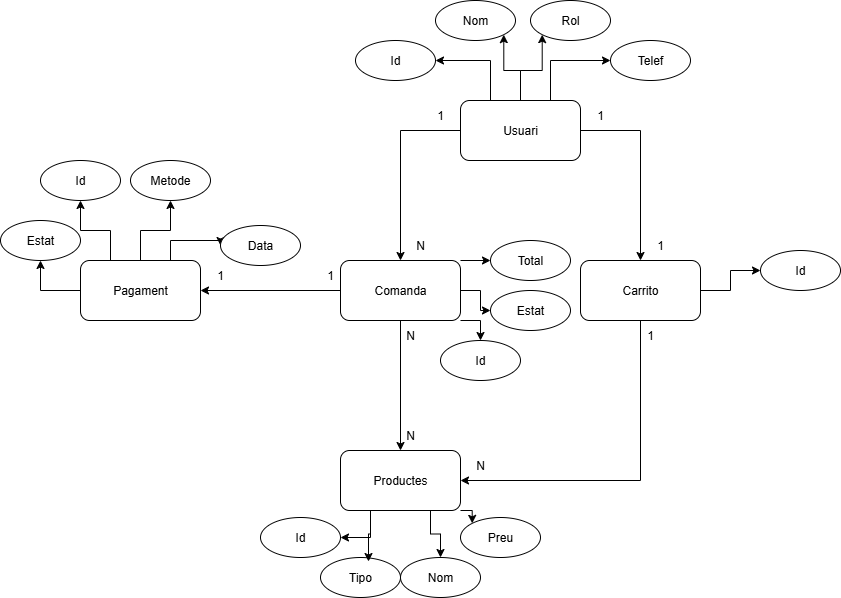
Before: docs/diagrams/BBDD.drawio.png, a diagram exported from draw.io (BielMartiJV/Tienda_desenvolupament). Source tidied: cells renumbered, new cells last; positions are measured from the earlier drawing's top-left corner, leaving out a move shared by most shapes.
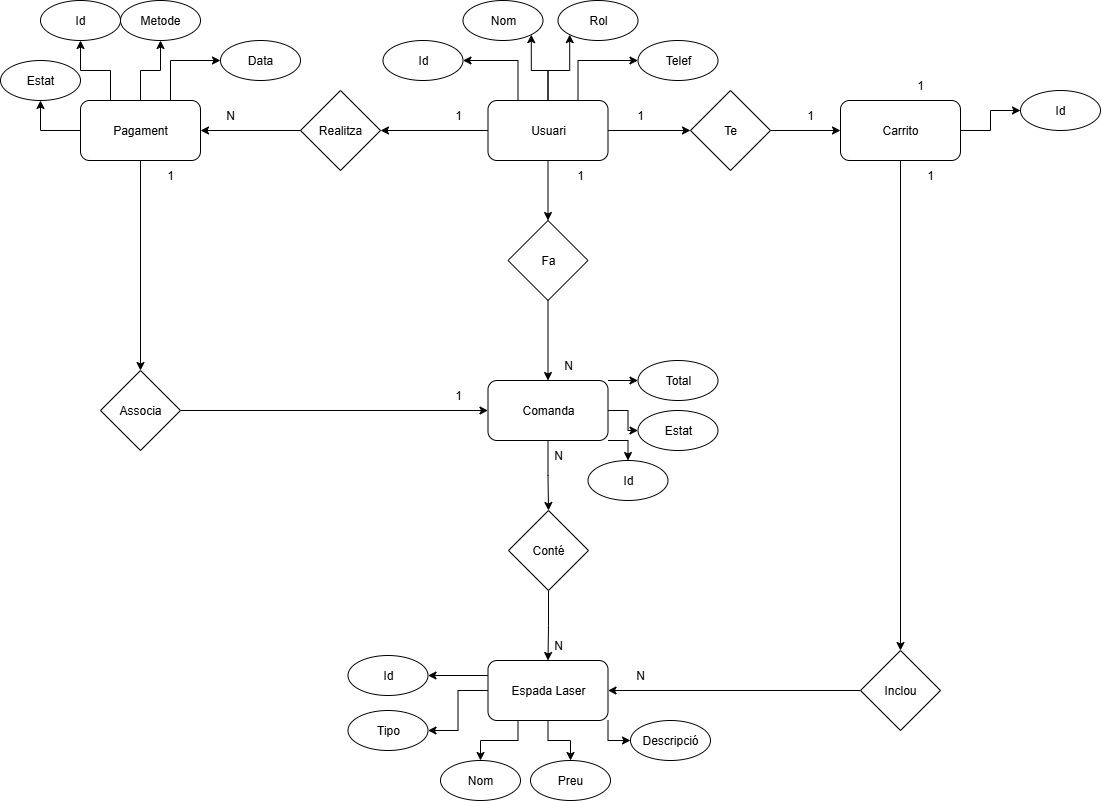
Later version of the same file.

Change to the diagram source:
```diff
@@ -2,12 +2,6 @@
   <root>
     <mxCell id="0" />
     <mxCell id="1" parent="0" />
-    <mxCell id="2" style="edgeStyle=orthogonalEdgeStyle;rounded=0;jettySize=auto;html=1;exitX=0;exitY=0.5;exitDx=0;exitDy=0;entryX=0.5;entryY=0;entryDx=0;entryDy=0;" parent="1" edge="1" source="8" target="14">
-      <mxGeometry relative="1" as="geometry" />
-    </mxCell>
-    <mxCell id="3" style="edgeStyle=orthogonalEdgeStyle;rounded=0;jettySize=auto;html=1;exitX=1;exitY=0.5;exitDx=0;exitDy=0;entryX=0.5;entryY=0;entryDx=0;entryDy=0;" parent="1" edge="1" source="8" target="21">
-      <mxGeometry relative="1" as="geometry" />
-    </mxCell>
     <mxCell id="4" style="edgeStyle=orthogonalEdgeStyle;rounded=0;jettySize=auto;html=1;exitX=0.25;exitY=0;exitDx=0;exitDy=0;entryX=1;entryY=0.5;entryDx=0;entryDy=0;" parent="1" edge="1" source="8" target="37">
       <mxGeometry relative="1" as="geometry" />
     </mxCell>
@@ -20,15 +14,18 @@
     <mxCell id="7" style="edgeStyle=orthogonalEdgeStyle;rounded=0;jettySize=auto;html=1;exitX=0.5;exitY=0;exitDx=0;exitDy=0;entryX=0;entryY=1;entryDx=0;entryDy=0;" parent="1" edge="1" source="8" target="40">
       <mxGeometry relative="1" as="geometry" />
     </mxCell>
+    <mxCell id="54" style="edgeStyle=orthogonalEdgeStyle;rounded=0;jettySize=auto;html=1;exitX=0.5;exitY=1;exitDx=0;exitDy=0;" parent="1" edge="1" source="8" target="62">
+      <mxGeometry relative="1" as="geometry" />
+    </mxCell>
+    <mxCell id="55" style="edgeStyle=orthogonalEdgeStyle;rounded=0;jettySize=auto;html=1;exitX=0;exitY=0.5;exitDx=0;exitDy=0;" parent="1" edge="1" source="8" target="67">
+      <mxGeometry relative="1" as="geometry" />
+    </mxCell>
+    <mxCell id="56" style="edgeStyle=orthogonalEdgeStyle;rounded=0;jettySize=auto;html=1;exitX=1;exitY=0.5;exitDx=0;exitDy=0;" parent="1" edge="1" source="8" target="69">
+      <mxGeometry relative="1" as="geometry" />
+    </mxCell>
     <mxCell id="8" value="Usuari" style="rounded=1;whiteSpace=wrap;html=1;" parent="1" vertex="1">
-      <mxGeometry x="460" y="100" width="120" height="60" as="geometry" />
+      <mxGeometry x="347.5" y="-120" width="120" height="60" as="geometry" />
     </mxCell>
-    <mxCell id="9" style="edgeStyle=orthogonalEdgeStyle;rounded=0;jettySize=auto;html=1;exitX=0.5;exitY=1;exitDx=0;exitDy=0;entryX=0.5;entryY=0;entryDx=0;entryDy=0;" parent="1" edge="1" source="14" target="18">
-      <mxGeometry relative="1" as="geometry" />
-    </mxCell>
-    <mxCell id="10" style="edgeStyle=orthogonalEdgeStyle;rounded=0;jettySize=auto;html=1;exitX=0;exitY=0.5;exitDx=0;exitDy=0;" parent="1" edge="1" source="14" target="26">
-      <mxGeometry relative="1" as="geometry" />
-    </mxCell>
     <mxCell id="11" style="edgeStyle=orthogonalEdgeStyle;rounded=0;jettySize=auto;html=1;exitX=1;exitY=1;exitDx=0;exitDy=0;entryX=0.5;entryY=0;entryDx=0;entryDy=0;" parent="1" edge="1" source="14" target="46">
       <mxGeometry relative="1" as="geometry" />
     </mxCell>
@@ -38,29 +35,38 @@
     <mxCell id="13" style="edgeStyle=orthogonalEdgeStyle;rounded=0;jettySize=auto;html=1;exitX=1;exitY=0;exitDx=0;exitDy=0;entryX=0;entryY=0.5;entryDx=0;entryDy=0;" parent="1" edge="1" source="14" target="48">
       <mxGeometry relative="1" as="geometry" />
     </mxCell>
+    <mxCell id="57" style="edgeStyle=orthogonalEdgeStyle;rounded=0;jettySize=auto;html=1;exitX=0.5;exitY=1;exitDx=0;exitDy=0;" parent="1" edge="1" source="14" target="65">
+      <mxGeometry relative="1" as="geometry" />
+    </mxCell>
     <mxCell id="14" value="Comanda" style="rounded=1;whiteSpace=wrap;html=1;" parent="1" vertex="1">
-      <mxGeometry x="340" y="260" width="120" height="60" as="geometry" />
+      <mxGeometry x="347.5" y="160" width="120" height="60" as="geometry" />
     </mxCell>
-    <mxCell id="15" style="edgeStyle=orthogonalEdgeStyle;rounded=0;jettySize=auto;html=1;exitX=0.25;exitY=1;exitDx=0;exitDy=0;entryX=1;entryY=0.5;entryDx=0;entryDy=0;" parent="1" edge="1" source="18" target="41">
+    <mxCell id="15" style="edgeStyle=orthogonalEdgeStyle;rounded=0;jettySize=auto;html=1;exitX=0;exitY=0.25;exitDx=0;exitDy=0;entryX=1;entryY=0.5;entryDx=0;entryDy=0;" parent="1" edge="1" source="18" target="41">
       <mxGeometry relative="1" as="geometry" />
     </mxCell>
+    <mxCell id="45" style="edgeStyle=orthogonalEdgeStyle;rounded=0;jettySize=auto;html=1;exitX=0;exitY=0.5;exitDx=0;exitDy=0;" parent="1" edge="1" source="18" target="43">
+      <mxGeometry relative="1" as="geometry" />
+    </mxCell>
-    <mxCell id="16" style="edgeStyle=orthogonalEdgeStyle;rounded=0;jettySize=auto;html=1;exitX=0.75;exitY=1;exitDx=0;exitDy=0;entryX=0.5;entryY=0;entryDx=0;entryDy=0;" parent="1" edge="1" source="18" target="42">
+    <mxCell id="16" style="edgeStyle=orthogonalEdgeStyle;rounded=0;jettySize=auto;html=1;exitX=0.25;exitY=1;exitDx=0;exitDy=0;entryX=0.5;entryY=0;entryDx=0;entryDy=0;" parent="1" edge="1" source="18" target="42">
       <mxGeometry relative="1" as="geometry" />
     </mxCell>
-    <mxCell id="17" style="edgeStyle=orthogonalEdgeStyle;rounded=0;jettySize=auto;html=1;exitX=1;exitY=1;exitDx=0;exitDy=0;entryX=0;entryY=0;entryDx=0;entryDy=0;" parent="1" edge="1" source="18" target="44">
+    <mxCell id="17" style="edgeStyle=orthogonalEdgeStyle;rounded=0;jettySize=auto;html=1;exitX=0.5;exitY=1;exitDx=0;exitDy=0;" parent="1" edge="1" source="18" target="44">
       <mxGeometry relative="1" as="geometry" />
     </mxCell>
+    <mxCell id="58" style="edgeStyle=orthogonalEdgeStyle;rounded=0;jettySize=auto;html=1;exitX=1;exitY=1;exitDx=0;exitDy=0;" parent="1" edge="1" source="18" target="81">
+      <mxGeometry relative="1" as="geometry" />
+    </mxCell>
-    <mxCell id="18" value="Productes" style="rounded=1;whiteSpace=wrap;html=1;" parent="1" vertex="1">
-      <mxGeometry x="340" y="450" width="120" height="60" as="geometry" />
+    <mxCell id="18" value="Espada Laser" style="rounded=1;whiteSpace=wrap;html=1;" parent="1" vertex="1">
+      <mxGeometry x="347.5" y="440" width="120" height="60" as="geometry" />
     </mxCell>
-    <mxCell id="19" style="edgeStyle=orthogonalEdgeStyle;rounded=0;jettySize=auto;html=1;exitX=0.5;exitY=1;exitDx=0;exitDy=0;entryX=1;entryY=0.5;entryDx=0;entryDy=0;" parent="1" edge="1" source="21" target="18">
-      <mxGeometry relative="1" as="geometry" />
-    </mxCell>
     <mxCell id="20" style="edgeStyle=orthogonalEdgeStyle;rounded=0;jettySize=auto;html=1;exitX=1;exitY=0.5;exitDx=0;exitDy=0;" parent="1" edge="1" source="21" target="49">
       <mxGeometry relative="1" as="geometry" />
     </mxCell>
+    <mxCell id="59" style="edgeStyle=orthogonalEdgeStyle;rounded=0;jettySize=auto;html=1;exitX=0.5;exitY=1;exitDx=0;exitDy=0;" parent="1" edge="1" source="21" target="79">
+      <mxGeometry relative="1" as="geometry" />
+    </mxCell>
     <mxCell id="21" value="Carrito" style="rounded=1;whiteSpace=wrap;html=1;" parent="1" vertex="1">
-      <mxGeometry x="580" y="260" width="120" height="60" as="geometry" />
+      <mxGeometry x="700" y="-120" width="120" height="60" as="geometry" />
     </mxCell>
     <mxCell id="22" style="edgeStyle=orthogonalEdgeStyle;rounded=0;jettySize=auto;html=1;exitX=0;exitY=0.5;exitDx=0;exitDy=0;" parent="1" edge="1" source="26" target="53">
       <mxGeometry relative="1" as="geometry" />
@@ -74,89 +80,137 @@
     <mxCell id="25" style="edgeStyle=orthogonalEdgeStyle;rounded=0;jettySize=auto;html=1;exitX=0.75;exitY=0;exitDx=0;exitDy=0;entryX=0;entryY=0.5;entryDx=0;entryDy=0;" parent="1" edge="1" source="26" target="52">
       <mxGeometry relative="1" as="geometry" />
     </mxCell>
+    <mxCell id="60" style="edgeStyle=orthogonalEdgeStyle;rounded=0;jettySize=auto;html=1;exitX=0.5;exitY=1;exitDx=0;exitDy=0;" parent="1" edge="1" source="26" target="73">
+      <mxGeometry relative="1" as="geometry" />
+    </mxCell>
     <mxCell id="26" value="Pagament" style="rounded=1;whiteSpace=wrap;html=1;" parent="1" vertex="1">
-      <mxGeometry x="80" y="260" width="120" height="60" as="geometry" />
+      <mxGeometry x="-60" y="-120" width="120" height="60" as="geometry" />
     </mxCell>
-    <mxCell id="27" value="1" style="text;html=1;align=center;verticalAlign=middle;whiteSpace=wrap;rounded=0;" parent="1" vertex="1">
-      <mxGeometry x="410" y="100" width="60" height="30" as="geometry" />
-    </mxCell>
     <mxCell id="28" value="N" style="text;html=1;align=center;verticalAlign=middle;whiteSpace=wrap;rounded=0;" parent="1" vertex="1">
-      <mxGeometry x="390" y="230" width="60" height="30" as="geometry" />
+      <mxGeometry x="397.5" y="130" width="60" height="30" as="geometry" />
     </mxCell>
     <mxCell id="29" value="N" style="text;html=1;align=center;verticalAlign=middle;whiteSpace=wrap;rounded=0;" parent="1" vertex="1">
-      <mxGeometry x="380" y="320" width="60" height="30" as="geometry" />
+      <mxGeometry x="387.5" y="220" width="60" height="30" as="geometry" />
     </mxCell>
     <mxCell id="30" value="N" style="text;html=1;align=center;verticalAlign=middle;whiteSpace=wrap;rounded=0;" parent="1" vertex="1">
-      <mxGeometry x="380" y="420" width="60" height="30" as="geometry" />
+      <mxGeometry x="387.5" y="410" width="60" height="30" as="geometry" />
     </mxCell>
-    <mxCell id="31" value="1" style="text;html=1;align=center;verticalAlign=middle;whiteSpace=wrap;rounded=0;" parent="1" vertex="1">
-      <mxGeometry x="570" y="100" width="60" height="30" as="geometry" />
-    </mxCell>
     <mxCell id="32" value="1" style="text;html=1;align=center;verticalAlign=middle;whiteSpace=wrap;rounded=0;" parent="1" vertex="1">
-      <mxGeometry x="630" y="230" width="60" height="30" as="geometry" />
+      <mxGeometry x="750" y="-150" width="60" height="30" as="geometry" />
     </mxCell>
-    <mxCell id="33" value="1" style="text;html=1;align=center;verticalAlign=middle;whiteSpace=wrap;rounded=0;" parent="1" vertex="1">
-      <mxGeometry x="300" y="260" width="60" height="30" as="geometry" />
-    </mxCell>
-    <mxCell id="34" value="1" style="text;html=1;align=center;verticalAlign=middle;whiteSpace=wrap;rounded=0;" parent="1" vertex="1">
-      <mxGeometry x="190" y="260" width="60" height="30" as="geometry" />
-    </mxCell>
     <mxCell id="35" value="1" style="text;html=1;align=center;verticalAlign=middle;whiteSpace=wrap;rounded=0;" parent="1" vertex="1">
-      <mxGeometry x="620" y="320" width="60" height="30" as="geometry" />
+      <mxGeometry x="760" y="-60" width="60" height="30" as="geometry" />
     </mxCell>
-    <mxCell id="36" value="N" style="text;html=1;align=center;verticalAlign=middle;whiteSpace=wrap;rounded=0;" parent="1" vertex="1">
-      <mxGeometry x="450" y="450" width="60" height="30" as="geometry" />
-    </mxCell>
     <mxCell id="37" value="Id" style="ellipse;whiteSpace=wrap;html=1;" parent="1" vertex="1">
-      <mxGeometry x="355" y="40" width="80" height="40" as="geometry" />
+      <mxGeometry x="242.5" y="-180" width="80" height="40" as="geometry" />
     </mxCell>
     <mxCell id="38" value="Nom" style="ellipse;whiteSpace=wrap;html=1;" parent="1" vertex="1">
-      <mxGeometry x="435" width="80" height="40" as="geometry" />
+      <mxGeometry x="322.5" y="-220" width="80" height="40" as="geometry" />
     </mxCell>
     <mxCell id="39" value="Telef" style="ellipse;whiteSpace=wrap;html=1;" parent="1" vertex="1">
-      <mxGeometry x="610" y="40" width="80" height="40" as="geometry" />
+      <mxGeometry x="497.5" y="-180" width="80" height="40" as="geometry" />
     </mxCell>
     <mxCell id="40" value="Rol" style="ellipse;whiteSpace=wrap;html=1;" parent="1" vertex="1">
-      <mxGeometry x="530" width="80" height="40" as="geometry" />
+      <mxGeometry x="417.5" y="-220" width="80" height="40" as="geometry" />
     </mxCell>
     <mxCell id="41" value="Id" style="ellipse;whiteSpace=wrap;html=1;" parent="1" vertex="1">
-      <mxGeometry x="260" y="517" width="80" height="40" as="geometry" />
+      <mxGeometry x="207.5" y="435" width="80" height="40" as="geometry" />
     </mxCell>
     <mxCell id="42" value="Nom" style="ellipse;whiteSpace=wrap;html=1;" parent="1" vertex="1">
-      <mxGeometry x="400" y="557" width="80" height="40" as="geometry" />
+      <mxGeometry x="300" y="540" width="80" height="40" as="geometry" />
     </mxCell>
     <mxCell id="43" value="Tipo" style="ellipse;whiteSpace=wrap;html=1;" parent="1" vertex="1">
-      <mxGeometry x="320" y="557" width="80" height="40" as="geometry" />
+      <mxGeometry x="207.5" y="490" width="80" height="40" as="geometry" />
     </mxCell>
     <mxCell id="44" value="Preu" style="ellipse;whiteSpace=wrap;html=1;" parent="1" vertex="1">
-      <mxGeometry x="460" y="517" width="80" height="40" as="geometry" />
+      <mxGeometry x="390" y="540" width="80" height="40" as="geometry" />
     </mxCell>
-    <mxCell id="45" style="edgeStyle=orthogonalEdgeStyle;rounded=0;jettySize=auto;html=1;exitX=0.25;exitY=1;exitDx=0;exitDy=0;entryX=0.6;entryY=0.1;entryDx=0;entryDy=0;entryPerimeter=0;" parent="1" edge="1" source="18" target="43">
-      <mxGeometry relative="1" as="geometry" />
-    </mxCell>
     <mxCell id="46" value="Id" style="ellipse;whiteSpace=wrap;html=1;" parent="1" vertex="1">
-      <mxGeometry x="440" y="340" width="80" height="40" as="geometry" />
+      <mxGeometry x="447.5" y="240" width="80" height="40" as="geometry" />
     </mxCell>
     <mxCell id="47" value="Estat" style="ellipse;whiteSpace=wrap;html=1;" parent="1" vertex="1">
-      <mxGeometry x="490" y="290" width="80" height="40" as="geometry" />
+      <mxGeometry x="497.5" y="190" width="80" height="40" as="geometry" />
     </mxCell>
     <mxCell id="48" value="Total" style="ellipse;whiteSpace=wrap;html=1;" parent="1" vertex="1">
-      <mxGeometry x="490" y="240" width="80" height="40" as="geometry" />
+      <mxGeometry x="497.5" y="140" width="80" height="40" as="geometry" />
     </mxCell>
     <mxCell id="49" value="Id" style="ellipse;whiteSpace=wrap;html=1;" parent="1" vertex="1">
-      <mxGeometry x="760" y="250" width="80" height="40" as="geometry" />
+      <mxGeometry x="880" y="-130" width="80" height="40" as="geometry" />
     </mxCell>
     <mxCell id="50" value="Id" style="ellipse;whiteSpace=wrap;html=1;" parent="1" vertex="1">
-      <mxGeometry x="40" y="160" width="80" height="40" as="geometry" />
+      <mxGeometry x="-100" y="-220" width="80" height="40" as="geometry" />
     </mxCell>
     <mxCell id="51" value="Metode" style="ellipse;whiteSpace=wrap;html=1;" parent="1" vertex="1">
-      <mxGeometry x="130" y="160" width="80" height="40" as="geometry" />
+      <mxGeometry x="-20" y="-220" width="80" height="40" as="geometry" />
     </mxCell>
     <mxCell id="52" value="Data" style="ellipse;whiteSpace=wrap;html=1;" parent="1" vertex="1">
-      <mxGeometry x="220" y="225" width="80" height="40" as="geometry" />
+      <mxGeometry x="80" y="-180" width="80" height="40" as="geometry" />
     </mxCell>
     <mxCell id="53" value="Estat" style="ellipse;whiteSpace=wrap;html=1;" parent="1" vertex="1">
-      <mxGeometry y="220" width="80" height="40" as="geometry" />
+      <mxGeometry x="-140" y="-160" width="80" height="40" as="geometry" />
     </mxCell>
+    <mxCell id="61" style="edgeStyle=orthogonalEdgeStyle;rounded=0;jettySize=auto;html=1;exitX=0.5;exitY=1;exitDx=0;exitDy=0;" parent="1" edge="1" source="62" target="14">
+      <mxGeometry relative="1" as="geometry" />
+    </mxCell>
+    <mxCell id="62" value="Fa" style="rhombus;whiteSpace=wrap;html=1;" parent="1" vertex="1">
+      <mxGeometry x="367.5" width="80" height="80" as="geometry" />
+    </mxCell>
+    <mxCell id="63" value="1" style="text;html=1;align=center;verticalAlign=middle;whiteSpace=wrap;rounded=0;" parent="1" vertex="1">
+      <mxGeometry x="410" y="-60" width="60" height="30" as="geometry" />
+    </mxCell>
+    <mxCell id="64" style="edgeStyle=orthogonalEdgeStyle;rounded=0;jettySize=auto;html=1;exitX=0.5;exitY=1;exitDx=0;exitDy=0;" parent="1" edge="1" source="65" target="18">
+      <mxGeometry relative="1" as="geometry" />
+    </mxCell>
+    <mxCell id="65" value="Conté" style="rhombus;whiteSpace=wrap;html=1;" parent="1" vertex="1">
+      <mxGeometry x="368" y="290" width="80" height="80" as="geometry" />
+    </mxCell>
+    <mxCell id="66" style="edgeStyle=orthogonalEdgeStyle;rounded=0;jettySize=auto;html=1;exitX=0;exitY=0.5;exitDx=0;exitDy=0;" parent="1" edge="1" source="67" target="26">
+      <mxGeometry relative="1" as="geometry" />
+    </mxCell>
+    <mxCell id="67" value="Realitza" style="rhombus;whiteSpace=wrap;html=1;" parent="1" vertex="1">
+      <mxGeometry x="160" y="-130" width="80" height="80" as="geometry" />
+    </mxCell>
+    <mxCell id="68" style="edgeStyle=orthogonalEdgeStyle;rounded=0;jettySize=auto;html=1;exitX=1;exitY=0.5;exitDx=0;exitDy=0;" parent="1" edge="1" source="69" target="21">
+      <mxGeometry relative="1" as="geometry" />
+    </mxCell>
+    <mxCell id="69" value="Te" style="rhombus;whiteSpace=wrap;html=1;" parent="1" vertex="1">
+      <mxGeometry x="550" y="-130" width="80" height="80" as="geometry" />
+    </mxCell>
+    <mxCell id="70" value="1" style="text;html=1;align=center;verticalAlign=middle;whiteSpace=wrap;rounded=0;" parent="1" vertex="1">
+      <mxGeometry x="287.5" y="-120" width="60" height="30" as="geometry" />
+    </mxCell>
+    <mxCell id="71" value="N" style="text;html=1;align=center;verticalAlign=middle;whiteSpace=wrap;rounded=0;" parent="1" vertex="1">
+      <mxGeometry x="60" y="-120" width="60" height="30" as="geometry" />
+    </mxCell>
+    <mxCell id="72" style="edgeStyle=orthogonalEdgeStyle;rounded=0;jettySize=auto;html=1;exitX=1;exitY=0.5;exitDx=0;exitDy=0;" parent="1" edge="1" source="73" target="14">
+      <mxGeometry relative="1" as="geometry" />
+    </mxCell>
+    <mxCell id="73" value="Associa" style="rhombus;whiteSpace=wrap;html=1;" parent="1" vertex="1">
+      <mxGeometry x="-40" y="150" width="80" height="80" as="geometry" />
+    </mxCell>
+    <mxCell id="74" value="1" style="text;html=1;align=center;verticalAlign=middle;whiteSpace=wrap;rounded=0;" parent="1" vertex="1">
+      <mxGeometry y="-60" width="60" height="30" as="geometry" />
+    </mxCell>
+    <mxCell id="75" value="1" style="text;html=1;align=center;verticalAlign=middle;whiteSpace=wrap;rounded=0;" parent="1" vertex="1">
+      <mxGeometry x="287.5" y="160" width="60" height="30" as="geometry" />
+    </mxCell>
+    <mxCell id="76" value="1" style="text;html=1;align=center;verticalAlign=middle;whiteSpace=wrap;rounded=0;" parent="1" vertex="1">
+      <mxGeometry x="470" y="-120" width="60" height="30" as="geometry" />
+    </mxCell>
+    <mxCell id="77" value="1" style="text;html=1;align=center;verticalAlign=middle;whiteSpace=wrap;rounded=0;" parent="1" vertex="1">
+      <mxGeometry x="640" y="-120" width="60" height="30" as="geometry" />
+    </mxCell>
+    <mxCell id="78" style="edgeStyle=orthogonalEdgeStyle;rounded=0;jettySize=auto;html=1;exitX=0;exitY=0.5;exitDx=0;exitDy=0;" parent="1" edge="1" source="79" target="18">
+      <mxGeometry relative="1" as="geometry" />
+    </mxCell>
+    <mxCell id="79" value="Inclou" style="rhombus;whiteSpace=wrap;html=1;" parent="1" vertex="1">
+      <mxGeometry x="720" y="430" width="80" height="80" as="geometry" />
+    </mxCell>
+    <mxCell id="80" value="N" style="text;html=1;align=center;verticalAlign=middle;whiteSpace=wrap;rounded=0;" parent="1" vertex="1">
+      <mxGeometry x="470" y="440" width="60" height="30" as="geometry" />
+    </mxCell>
+    <mxCell id="81" value="Descripció" style="ellipse;whiteSpace=wrap;html=1;" parent="1" vertex="1">
+      <mxGeometry x="490" y="500" width="80" height="40" as="geometry" />
+    </mxCell>
   </root>
 </mxGraphModel>
```
